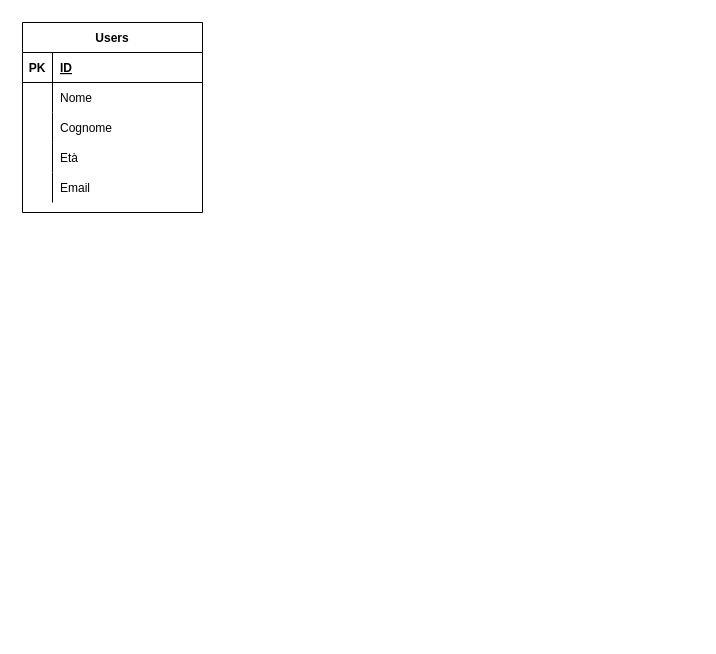
The draw.io diagram diagram.drawio in alessiodigiacomo99/php-oop-2, before the edit. Source tidied: cells renumbered, new cells numbered last; positions are measured from the earlier drawing's top-left corner, leaving out a move shared by most shapes. Both pictures are drawn from the tidied source at 100%, with x=0, y=0 at pixel (22, 22).
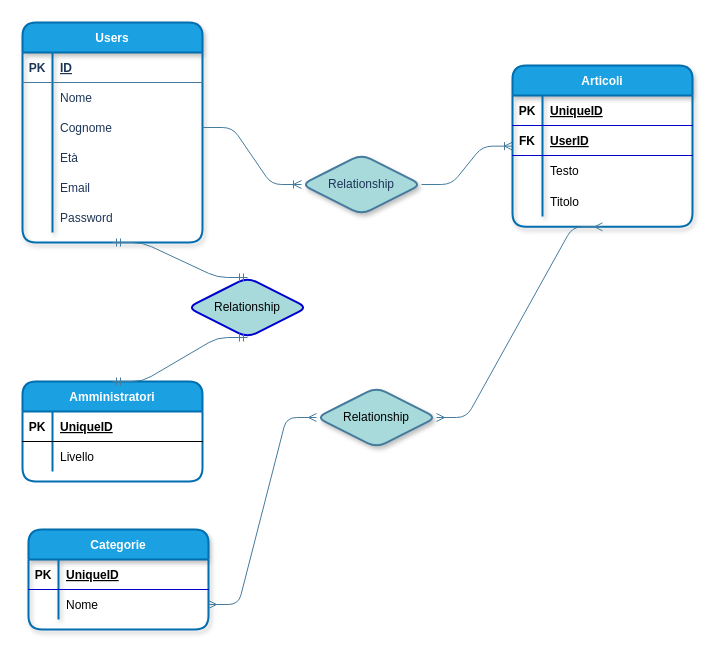
After the change.

What changed in the source:
```diff
@@
-<mxGraphModel>
+<mxGraphModel background="#ffffff">
@@
-    <mxCell id="2" value="Users" style="shape=table;startSize=30;childLayout=tableLayout;rowLines=0;fontStyle=1;align=center;" parent="1" vertex="1">
-      <mxGeometry width="180" height="190" as="geometry" />
+    <mxCell id="2" value="Users" style="shape=table;startSize=30;childLayout=tableLayout;rowLines=0;fontStyle=1;align=center;rounded=1;fillColor=#1ba1e2;strokeColor=#006EAF;fontColor=#ffffff;strokeWidth=2;perimeterSpacing=0;shadow=1;sketch=0;" parent="1" vertex="1">
+      <mxGeometry width="180" height="220" as="geometry" />
     </mxCell>
-    <mxCell id="3" style="shape=partialRectangle;fillColor=none;top=0;left=0;bottom=1;right=0;" parent="2" vertex="1">
+    <mxCell id="3" style="shape=partialRectangle;fillColor=none;top=0;left=0;bottom=1;right=0;strokeColor=#457B9D;fontColor=#1D3557;rounded=1;" parent="2" vertex="1">
       <mxGeometry y="30" width="180" height="30" as="geometry" />
     </mxCell>
-    <mxCell id="4" value="PK" style="shape=partialRectangle;fillColor=none;top=0;left=0;bottom=0;right=0;fontStyle=1;overflow=hidden;" parent="3" vertex="1">
+    <mxCell id="4" value="PK" style="shape=partialRectangle;fillColor=none;top=0;left=0;bottom=0;right=0;fontStyle=1;overflow=hidden;strokeColor=#457B9D;fontColor=#1D3557;rounded=1;" parent="3" vertex="1">
       <mxGeometry width="30" height="30" as="geometry" />
     </mxCell>
-    <mxCell id="5" value="ID" style="shape=partialRectangle;fillColor=none;top=0;left=0;bottom=0;right=0;align=left;spacingLeft=6;fontStyle=5;overflow=hidden;" parent="3" vertex="1">
+    <mxCell id="5" value="ID" style="shape=partialRectangle;fillColor=none;top=0;left=0;bottom=0;right=0;align=left;spacingLeft=6;fontStyle=5;overflow=hidden;strokeColor=#457B9D;fontColor=#1D3557;rounded=1;" parent="3" vertex="1">
       <mxGeometry x="30" width="150" height="30" as="geometry" />
     </mxCell>
-    <mxCell id="6" style="shape=partialRectangle;fillColor=none;top=0;left=0;bottom=0;right=0;" parent="2" vertex="1">
+    <mxCell id="6" style="shape=partialRectangle;fillColor=none;top=0;left=0;bottom=0;right=0;strokeColor=#457B9D;fontColor=#1D3557;rounded=1;" parent="2" vertex="1">
       <mxGeometry y="60" width="180" height="30" as="geometry" />
     </mxCell>
-    <mxCell id="7" style="shape=partialRectangle;fillColor=none;top=0;left=0;bottom=0;right=0;overflow=hidden;" parent="6" vertex="1">
+    <mxCell id="7" style="shape=partialRectangle;fillColor=none;top=0;left=0;bottom=0;right=0;overflow=hidden;strokeColor=#457B9D;fontColor=#1D3557;rounded=1;" parent="6" vertex="1">
       <mxGeometry width="30" height="30" as="geometry" />
     </mxCell>
-    <mxCell id="8" value="Nome" style="shape=partialRectangle;fillColor=none;top=0;left=0;bottom=0;right=0;align=left;spacingLeft=6;overflow=hidden;" parent="6" vertex="1">
+    <mxCell id="8" value="Nome" style="shape=partialRectangle;fillColor=none;top=0;left=0;bottom=0;right=0;align=left;spacingLeft=6;overflow=hidden;strokeColor=#457B9D;fontColor=#1D3557;rounded=1;" parent="6" vertex="1">
       <mxGeometry x="30" width="150" height="30" as="geometry" />
     </mxCell>
-    <mxCell id="9" style="shape=partialRectangle;fillColor=none;top=0;left=0;bottom=0;right=0;points=[[0,0.5],[1,0.5]];portConstraint=eastwest;" parent="2" vertex="1">
+    <mxCell id="9" style="shape=partialRectangle;fillColor=none;top=0;left=0;bottom=0;right=0;points=[[0,0.5],[1,0.5]];portConstraint=eastwest;strokeColor=#457B9D;fontColor=#1D3557;rounded=1;" parent="2" vertex="1">
       <mxGeometry y="90" width="180" height="30" as="geometry" />
     </mxCell>
-    <mxCell id="10" style="shape=partialRectangle;fillColor=none;top=0;left=0;bottom=0;right=0;overflow=hidden;" parent="9" vertex="1">
+    <mxCell id="10" style="shape=partialRectangle;fillColor=none;top=0;left=0;bottom=0;right=0;overflow=hidden;strokeColor=#457B9D;fontColor=#1D3557;rounded=1;" parent="9" vertex="1">
       <mxGeometry width="30" height="30" as="geometry" />
     </mxCell>
-    <mxCell id="11" value="Cognome" style="shape=partialRectangle;fillColor=none;top=0;left=0;bottom=0;right=0;align=left;spacingLeft=6;overflow=hidden;" parent="9" vertex="1">
+    <mxCell id="11" value="Cognome" style="shape=partialRectangle;fillColor=none;top=0;left=0;bottom=0;right=0;align=left;spacingLeft=6;overflow=hidden;strokeColor=#457B9D;fontColor=#1D3557;rounded=1;" parent="9" vertex="1">
       <mxGeometry x="30" width="150" height="30" as="geometry" />
     </mxCell>
-    <mxCell id="12" style="shape=partialRectangle;fillColor=none;top=0;left=0;bottom=0;right=0;" parent="2" vertex="1">
+    <mxCell id="12" style="shape=partialRectangle;fillColor=none;top=0;left=0;bottom=0;right=0;strokeColor=#457B9D;fontColor=#1D3557;rounded=1;" parent="2" vertex="1">
       <mxGeometry y="120" width="180" height="30" as="geometry" />
     </mxCell>
-    <mxCell id="13" style="shape=partialRectangle;fillColor=none;top=0;left=0;bottom=0;right=0;overflow=hidden;" parent="12" vertex="1">
+    <mxCell id="13" style="shape=partialRectangle;fillColor=none;top=0;left=0;bottom=0;right=0;overflow=hidden;strokeColor=#457B9D;fontColor=#1D3557;rounded=1;" parent="12" vertex="1">
       <mxGeometry width="30" height="30" as="geometry" />
     </mxCell>
-    <mxCell id="14" value="Età" style="shape=partialRectangle;fillColor=none;top=0;left=0;bottom=0;right=0;align=left;spacingLeft=6;overflow=hidden;" parent="12" vertex="1">
+    <mxCell id="14" value="Età" style="shape=partialRectangle;fillColor=none;top=0;left=0;bottom=0;right=0;align=left;spacingLeft=6;overflow=hidden;strokeColor=#457B9D;fontColor=#1D3557;rounded=1;" parent="12" vertex="1">
       <mxGeometry x="30" width="150" height="30" as="geometry" />
     </mxCell>
-    <mxCell id="15" style="shape=partialRectangle;fillColor=none;top=0;left=0;bottom=0;right=0;" parent="2" vertex="1">
+    <mxCell id="15" style="shape=partialRectangle;fillColor=none;top=0;left=0;bottom=0;right=0;strokeColor=#457B9D;fontColor=#1D3557;rounded=1;" parent="2" vertex="1">
       <mxGeometry y="150" width="180" height="30" as="geometry" />
     </mxCell>
-    <mxCell id="16" style="shape=partialRectangle;fillColor=none;top=0;left=0;bottom=0;right=0;overflow=hidden;" parent="15" vertex="1">
+    <mxCell id="16" style="shape=partialRectangle;fillColor=none;top=0;left=0;bottom=0;right=0;overflow=hidden;strokeColor=#457B9D;fontColor=#1D3557;rounded=1;" parent="15" vertex="1">
       <mxGeometry width="30" height="30" as="geometry" />
     </mxCell>
-    <mxCell id="17" value="Email" style="shape=partialRectangle;fillColor=none;top=0;left=0;bottom=0;right=0;align=left;spacingLeft=6;overflow=hidden;" parent="15" vertex="1">
+    <mxCell id="17" value="Email" style="shape=partialRectangle;fillColor=none;top=0;left=0;bottom=0;right=0;align=left;spacingLeft=6;overflow=hidden;strokeColor=#457B9D;fontColor=#1D3557;rounded=1;" parent="15" vertex="1">
       <mxGeometry x="30" width="150" height="30" as="geometry" />
     </mxCell>
+    <mxCell id="18" style="shape=partialRectangle;fillColor=none;top=0;left=0;bottom=0;right=0;strokeColor=#457B9D;fontColor=#1D3557;rounded=1;" parent="2" vertex="1">
+      <mxGeometry y="180" width="180" height="30" as="geometry" />
+    </mxCell>
+    <mxCell id="19" style="shape=partialRectangle;fillColor=none;top=0;left=0;bottom=0;right=0;overflow=hidden;strokeColor=#457B9D;fontColor=#1D3557;rounded=1;" parent="18" vertex="1">
+      <mxGeometry width="30" height="30" as="geometry" />
+    </mxCell>
+    <mxCell id="20" value="Password" style="shape=partialRectangle;fillColor=none;top=0;left=0;bottom=0;right=0;align=left;spacingLeft=6;overflow=hidden;strokeColor=#457B9D;fontColor=#1D3557;rounded=1;" parent="18" vertex="1">
+      <mxGeometry x="30" width="150" height="30" as="geometry" />
+    </mxCell>
+    <mxCell id="21" value="Relationship" style="shape=rhombus;perimeter=rhombusPerimeter;whiteSpace=wrap;html=1;align=center;rounded=1;shadow=1;sketch=0;strokeColor=#457B9D;strokeWidth=2;fillColor=#A8DADC;gradientColor=none;fontColor=#1D3557;" parent="1" vertex="1">
+      <mxGeometry x="279" y="132" width="120" height="60" as="geometry" />
+    </mxCell>
+    <mxCell id="22" style="edgeStyle=entityRelationEdgeStyle;fontSize=12;html=1;endArrow=ERoneToMany;strokeColor=#457B9D;fillColor=#A8DADC;exitX=1;exitY=0.5;exitDx=0;exitDy=0;entryX=0;entryY=0.5;entryDx=0;entryDy=0;" parent="1" edge="1" source="9" target="21">
+      <mxGeometry relative="1" as="geometry" />
+    </mxCell>
+    <mxCell id="23" style="edgeStyle=entityRelationEdgeStyle;fontSize=12;html=1;endArrow=ERoneToMany;strokeColor=#457B9D;fillColor=#A8DADC;exitX=1;exitY=0.5;exitDx=0;exitDy=0;" parent="1" edge="1" source="21" target="24">
+      <mxGeometry relative="1" as="geometry" />
+    </mxCell>
+    <mxCell id="24" value="Articoli" style="shape=table;startSize=30;childLayout=tableLayout;rowLines=0;fontStyle=1;align=center;fillColor=#1ba1e2;strokeColor=#006EAF;fontColor=#ffffff;rounded=1;shadow=1;strokeWidth=2;" parent="1" vertex="1">
+      <mxGeometry x="490" y="43" width="180" height="161.3" as="geometry" />
+    </mxCell>
+    <mxCell id="25" style="shape=partialRectangle;fillColor=none;top=0;left=0;bottom=1;right=0;fontColor=#000000;strokeColor=#0000CC;" parent="24" vertex="1">
+      <mxGeometry y="30" width="180" height="30" as="geometry" />
+    </mxCell>
+    <mxCell id="26" value="PK" style="shape=partialRectangle;fillColor=none;top=0;left=0;bottom=0;right=0;fontStyle=1;overflow=hidden;fontColor=#000000;" parent="25" vertex="1">
+      <mxGeometry width="30" height="30" as="geometry" />
+    </mxCell>
+    <mxCell id="27" value="UniqueID" style="shape=partialRectangle;fillColor=none;top=0;left=0;bottom=0;right=0;align=left;spacingLeft=6;fontStyle=5;overflow=hidden;fontColor=#000000;" parent="25" vertex="1">
+      <mxGeometry x="30" width="150" height="30" as="geometry" />
+    </mxCell>
+    <mxCell id="28" style="shape=partialRectangle;fillColor=none;top=0;left=0;bottom=1;right=0;fontColor=#000000;strokeColor=#0000CC;" parent="24" vertex="1">
+      <mxGeometry y="60" width="180" height="30" as="geometry" />
+    </mxCell>
+    <mxCell id="29" value="FK" style="shape=partialRectangle;fillColor=none;top=0;left=0;bottom=0;right=0;fontStyle=1;overflow=hidden;fontColor=#000000;" parent="28" vertex="1">
+      <mxGeometry width="30" height="30" as="geometry" />
+    </mxCell>
+    <mxCell id="30" value="UserID" style="shape=partialRectangle;fillColor=none;top=0;left=0;bottom=0;right=0;align=left;spacingLeft=6;fontStyle=5;overflow=hidden;fontColor=#000000;" parent="28" vertex="1">
+      <mxGeometry x="30" width="150" height="30" as="geometry" />
+    </mxCell>
+    <mxCell id="31" style="shape=partialRectangle;fillColor=none;top=0;left=0;bottom=0;right=0;" parent="24" vertex="1">
+      <mxGeometry y="90" width="180" height="30" as="geometry" />
+    </mxCell>
+    <mxCell id="32" style="shape=partialRectangle;fillColor=none;top=0;left=0;bottom=0;right=0;overflow=hidden;" parent="31" vertex="1">
+      <mxGeometry width="30" height="30" as="geometry" />
+    </mxCell>
+    <mxCell id="33" value="Testo" style="shape=partialRectangle;fillColor=none;top=0;left=0;bottom=0;right=0;align=left;spacingLeft=6;overflow=hidden;fontColor=#000000;" parent="31" vertex="1">
+      <mxGeometry x="30" width="150" height="30" as="geometry" />
+    </mxCell>
+    <mxCell id="34" style="shape=partialRectangle;fillColor=none;top=0;left=0;bottom=0;right=0;" parent="24" vertex="1">
+      <mxGeometry y="120" width="180" height="31" as="geometry" />
+    </mxCell>
+    <mxCell id="35" style="shape=partialRectangle;fillColor=none;top=0;left=0;bottom=0;right=0;overflow=hidden;" parent="34" vertex="1">
+      <mxGeometry width="30" height="31" as="geometry" />
+    </mxCell>
+    <mxCell id="36" value="Titolo" style="shape=partialRectangle;fillColor=none;top=0;left=0;bottom=0;right=0;align=left;spacingLeft=6;overflow=hidden;fontColor=#000000;" parent="34" vertex="1">
+      <mxGeometry x="30" width="150" height="31" as="geometry" />
+    </mxCell>
+    <mxCell id="37" value="Relationship" style="shape=rhombus;perimeter=rhombusPerimeter;whiteSpace=wrap;html=1;align=center;rounded=1;shadow=1;sketch=0;strokeColor=#457B9D;strokeWidth=2;fillColor=#A8DADC;gradientColor=none;fontColor=#000000;" parent="1" vertex="1">
+      <mxGeometry x="294" y="365" width="120" height="60" as="geometry" />
+    </mxCell>
+    <mxCell id="38" style="edgeStyle=entityRelationEdgeStyle;fontSize=12;html=1;endArrow=ERmany;startArrow=ERmany;strokeColor=#457B9D;fillColor=#A8DADC;entryX=0.5;entryY=1;entryDx=0;entryDy=0;exitX=1;exitY=0.5;exitDx=0;exitDy=0;" parent="1" edge="1" source="37" target="24">
+      <mxGeometry relative="1" as="geometry" />
+    </mxCell>
+    <mxCell id="39" value="Categorie" style="shape=table;startSize=30;childLayout=tableLayout;rowLines=0;fontStyle=1;align=center;rounded=1;shadow=1;sketch=0;strokeColor=#006EAF;strokeWidth=2;fillColor=#1ba1e2;fontColor=#ffffff;" parent="1" vertex="1">
+      <mxGeometry x="6" y="507" width="180" height="100" as="geometry" />
+    </mxCell>
+    <mxCell id="40" style="shape=partialRectangle;fillColor=none;top=0;left=0;bottom=1;right=0;strokeColor=#0000CC;" parent="39" vertex="1">
+      <mxGeometry y="30" width="180" height="30" as="geometry" />
+    </mxCell>
+    <mxCell id="41" value="PK" style="shape=partialRectangle;fillColor=none;top=0;left=0;bottom=0;right=0;fontStyle=1;overflow=hidden;fontColor=#000000;" parent="40" vertex="1">
+      <mxGeometry width="30" height="30" as="geometry" />
+    </mxCell>
+    <mxCell id="42" value="UniqueID" style="shape=partialRectangle;fillColor=none;top=0;left=0;bottom=0;right=0;align=left;spacingLeft=6;fontStyle=5;overflow=hidden;verticalAlign=middle;fontColor=#000000;" parent="40" vertex="1">
+      <mxGeometry x="30" width="150" height="30" as="geometry" />
+    </mxCell>
+    <mxCell id="43" style="shape=partialRectangle;fillColor=none;top=0;left=0;bottom=0;right=0;points=[[0,0.5],[1,0.5]];portConstraint=eastwest;" parent="39" vertex="1">
+      <mxGeometry y="60" width="180" height="30" as="geometry" />
+    </mxCell>
+    <mxCell id="44" style="shape=partialRectangle;fillColor=none;top=0;left=0;bottom=0;right=0;overflow=hidden;" parent="43" vertex="1">
+      <mxGeometry width="30" height="30" as="geometry" />
+    </mxCell>
+    <mxCell id="45" value="Nome" style="shape=partialRectangle;fillColor=none;top=0;left=0;bottom=0;right=0;align=left;spacingLeft=6;overflow=hidden;shadow=0;strokeColor=#000000;fontColor=#000000;" parent="43" vertex="1">
+      <mxGeometry x="30" width="150" height="30" as="geometry" />
+    </mxCell>
+    <mxCell id="46" style="edgeStyle=entityRelationEdgeStyle;fontSize=12;html=1;endArrow=ERmany;startArrow=ERmany;strokeColor=#457B9D;fillColor=#A8DADC;exitX=1;exitY=0.5;exitDx=0;exitDy=0;" parent="1" edge="1" source="43" target="37">
+      <mxGeometry relative="1" as="geometry" />
+    </mxCell>
+    <mxCell id="47" value="Amministratori" style="shape=table;startSize=30;childLayout=tableLayout;rowLines=0;fontStyle=1;align=center;rounded=1;shadow=0;sketch=0;strokeColor=#006EAF;strokeWidth=2;fillColor=#1ba1e2;fontColor=#ffffff;swimlaneFillColor=none;" parent="1" vertex="1">
+      <mxGeometry y="359" width="180" height="100" as="geometry" />
+    </mxCell>
+    <mxCell id="48" style="shape=partialRectangle;fillColor=none;top=0;left=0;bottom=1;right=0;" parent="47" vertex="1">
+      <mxGeometry y="30" width="180" height="30" as="geometry" />
+    </mxCell>
+    <mxCell id="49" value="PK" style="shape=partialRectangle;fillColor=none;top=0;left=0;bottom=0;right=0;fontStyle=1;overflow=hidden;fontColor=#000000;" parent="48" vertex="1">
+      <mxGeometry width="30" height="30" as="geometry" />
+    </mxCell>
+    <mxCell id="50" value="UniqueID" style="shape=partialRectangle;fillColor=none;top=0;left=0;bottom=0;right=0;align=left;spacingLeft=6;fontStyle=5;overflow=hidden;fontColor=#000000;strokeColor=#0000CC;" parent="48" vertex="1">
+      <mxGeometry x="30" width="150" height="30" as="geometry" />
+    </mxCell>
+    <mxCell id="51" style="shape=partialRectangle;fillColor=none;top=0;left=0;bottom=0;right=0;" parent="47" vertex="1">
+      <mxGeometry y="60" width="180" height="30" as="geometry" />
+    </mxCell>
+    <mxCell id="52" style="shape=partialRectangle;fillColor=none;top=0;left=0;bottom=0;right=0;overflow=hidden;" parent="51" vertex="1">
+      <mxGeometry width="30" height="30" as="geometry" />
+    </mxCell>
+    <mxCell id="53" value="Livello" style="shape=partialRectangle;fillColor=none;top=0;left=0;bottom=0;right=0;align=left;spacingLeft=6;overflow=hidden;fontColor=#000000;" parent="51" vertex="1">
+      <mxGeometry x="30" width="150" height="30" as="geometry" />
+    </mxCell>
+    <mxCell id="54" value="Relationship" style="shape=rhombus;perimeter=rhombusPerimeter;whiteSpace=wrap;html=1;align=center;rounded=1;shadow=0;sketch=0;strokeColor=#0000CC;strokeWidth=2;fillColor=#A8DADC;gradientColor=none;fontColor=#000000;" parent="1" vertex="1">
+      <mxGeometry x="165" y="255" width="120" height="60" as="geometry" />
+    </mxCell>
+    <mxCell id="55" style="edgeStyle=entityRelationEdgeStyle;fontSize=12;html=1;endArrow=ERmandOne;startArrow=ERmandOne;strokeColor=#457B9D;fillColor=#A8DADC;exitX=0.5;exitY=0;exitDx=0;exitDy=0;entryX=0.5;entryY=1;entryDx=0;entryDy=0;" parent="1" edge="1" source="54" target="2">
+      <mxGeometry relative="1" as="geometry" />
+    </mxCell>
+    <mxCell id="56" style="edgeStyle=entityRelationEdgeStyle;fontSize=12;html=1;endArrow=ERmandOne;startArrow=ERmandOne;strokeColor=#457B9D;fillColor=#A8DADC;exitX=0.5;exitY=0;exitDx=0;exitDy=0;entryX=0.5;entryY=1;entryDx=0;entryDy=0;" parent="1" edge="1" source="47" target="54">
+      <mxGeometry relative="1" as="geometry" />
+    </mxCell>
```
